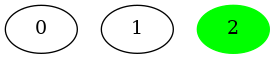
Earlier version of the Graphviz export algorithm_visualizer/src/save/tmp/ugraph.png (Les-Alchimistes-Labs/AlgorithmVisualizer). Its source is kept beside it as algorithm_visualizer/src/save/tmp/ugraph.dot.
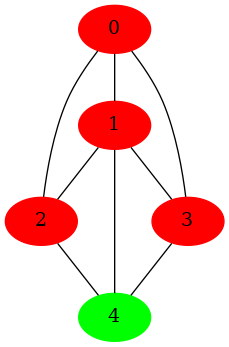
The same diagram one commit later.

The edit, as a diff of the source:
```diff
@@ -1,5 +1,15 @@
-graph ugraph { // 3
-n0 [label="0"]
-n1 [label="1"]
-n2 [label="2", style = filled , color = green ]
+graph ugraph { // 5
+n0--n1 // 0 1
+n0--n2 // 0 2
+n0--n3 // 0 3
+n1--n2 // 1 2
+n1--n3 // 1 3
+n1--n4 // 1 4
+n2--n4 // 2 4
+n3--n4 // 3 4
+n0 [label="0", style = filled , color = red ]
+n1 [label="1", style = filled , color = red ]
+n2 [label="2", style = filled , color = red ]
+n3 [label="3", style = filled , color = red ]
+n4 [label="4", style = filled , color = green ]
 }
```
